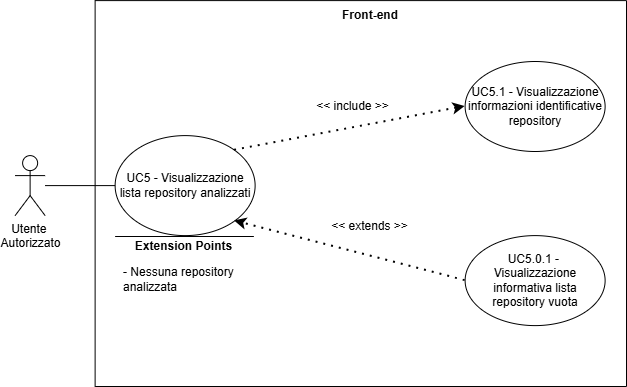
Above: assets/diagrams/UC5.png in SkarabGroup/DocumentazioneProgetto (draw.io), before the change. Source tidied: cells renumbered, new cells last; positions are measured from the earlier drawing's top-left corner, leaving out a move shared by most shapes.
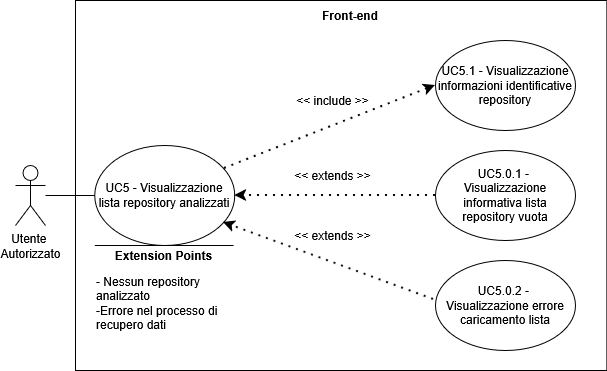
The same file after the commit.

Diff of the diagram source:
```diff
@@ -3,48 +3,57 @@
     <mxCell id="0" />
     <mxCell id="1" parent="0" />
     <mxCell id="2" style="swimlane;startSize=0;" parent="1" vertex="1">
-      <mxGeometry x="79.6" y="0.1" width="531.4" height="385.9" as="geometry" />
+      <mxGeometry x="79.6" y="0.1" width="531.4" height="370" as="geometry" />
     </mxCell>
     <mxCell id="3" value="Front-end" style="text;html=1;whiteSpace=wrap;strokeColor=none;fillColor=none;align=center;verticalAlign=middle;rounded=0;perimeterSpacing=1;fontStyle=1;" parent="2" vertex="1">
       <mxGeometry x="235" width="80" height="30" as="geometry" />
     </mxCell>
-    <mxCell id="4" value="&lt;div&gt;Utente&amp;nbsp;&lt;/div&gt;&lt;div&gt;Autorizzato&lt;/div&gt;" style="shape=umlActor;verticalLabelPosition=bottom;verticalAlign=top;html=1;outlineConnect=0;" parent="2" vertex="1">
-      <mxGeometry x="-80" y="155" width="30" height="60" as="geometry" />
-    </mxCell>
     <mxCell id="5" value="UC5 - Visualizzazione lista repository analizzati" style="ellipse;whiteSpace=wrap;html=1;" parent="2" vertex="1">
-      <mxGeometry x="20" y="135" width="140" height="100" as="geometry" />
+      <mxGeometry x="19.3" y="145" width="140" height="100" as="geometry" />
     </mxCell>
     <mxCell id="6" value="&amp;lt;&amp;lt; include &amp;gt;&amp;gt;" style="text;html=1;whiteSpace=wrap;strokeColor=none;fillColor=none;align=center;verticalAlign=middle;rounded=0;" parent="2" vertex="1">
-      <mxGeometry x="210" y="90.9" width="95" height="30" as="geometry" />
+      <mxGeometry x="210" y="85" width="95" height="30" as="geometry" />
     </mxCell>
     <mxCell id="7" value="UC5.1 - Visualizzazione informazioni identificative repository" style="ellipse;whiteSpace=wrap;html=1;" parent="2" vertex="1">
-      <mxGeometry x="370" y="60.9" width="140" height="90" as="geometry" />
+      <mxGeometry x="360" y="40" width="140" height="90" as="geometry" />
     </mxCell>
-    <mxCell id="8" style="endArrow=classic;dashed=1;html=1;dashPattern=1 3;strokeWidth=2;rounded=0;entryX=0;entryY=0.5;entryDx=0;entryDy=0;exitX=1;exitY=0;exitDx=0;exitDy=0;strokeColor=default;curved=0;endFill=1;endSize=6;" parent="2" edge="1" source="5" target="7">
+    <mxCell id="8" style="endArrow=classic;dashed=1;html=1;dashPattern=1 3;strokeWidth=2;rounded=0;entryX=0;entryY=0.5;entryDx=0;entryDy=0;exitX=0.926;exitY=0.23;exitDx=0;exitDy=0;strokeColor=default;curved=0;endFill=1;endSize=6;exitPerimeter=0;" parent="2" edge="1" source="5" target="7">
       <mxGeometry relative="1" as="geometry" />
     </mxCell>
     <mxCell id="9" value="&amp;lt;&amp;lt; extends &amp;gt;&amp;gt;" style="text;html=1;whiteSpace=wrap;strokeColor=none;fillColor=none;align=center;verticalAlign=middle;rounded=0;" parent="2" vertex="1">
-      <mxGeometry x="227.5" y="210.9" width="95" height="30" as="geometry" />
+      <mxGeometry x="210" y="160" width="95" height="30" as="geometry" />
     </mxCell>
     <mxCell id="10" value="UC5.0.1 -&amp;nbsp;&lt;div&gt;Visualizzazione informativa lista repository vuota&lt;/div&gt;" style="ellipse;whiteSpace=wrap;html=1;" parent="2" vertex="1">
-      <mxGeometry x="370" y="235" width="140" height="90" as="geometry" />
+      <mxGeometry x="360" y="150" width="140" height="90" as="geometry" />
     </mxCell>
-    <mxCell id="11" style="endArrow=classic;dashed=1;html=1;dashPattern=1 3;strokeWidth=2;rounded=0;exitX=0;exitY=0.5;exitDx=0;exitDy=0;strokeColor=default;curved=0;endFill=1;endSize=6;entryX=1;entryY=1;entryDx=0;entryDy=0;" parent="2" edge="1" source="10" target="5">
+    <mxCell id="11" style="endArrow=classic;dashed=1;html=1;dashPattern=1 3;strokeWidth=2;rounded=0;exitX=0;exitY=0.5;exitDx=0;exitDy=0;strokeColor=default;curved=0;endFill=1;endSize=6;entryX=1;entryY=0.5;entryDx=0;entryDy=0;" parent="2" edge="1" source="10" target="5">
       <mxGeometry relative="1" as="geometry" />
     </mxCell>
     <mxCell id="12" style="endArrow=none;html=1;rounded=0;" parent="2" edge="1">
       <mxGeometry relative="1" as="geometry">
-        <mxPoint x="158.8" y="235.9" as="sourcePoint" />
-        <mxPoint x="20" y="235.9" as="targetPoint" />
+        <mxPoint x="158.1" y="245" as="sourcePoint" />
+        <mxPoint x="19.3" y="245" as="targetPoint" />
       </mxGeometry>
     </mxCell>
     <mxCell id="13" value="&lt;b&gt;Extension Points&lt;/b&gt;" style="text;html=1;whiteSpace=wrap;strokeColor=none;fillColor=none;align=center;verticalAlign=middle;rounded=0;strokeWidth=5;" parent="2" vertex="1">
-      <mxGeometry x="31.9" y="230.9" width="115" height="30" as="geometry" />
+      <mxGeometry x="31.2" y="240" width="115" height="30" as="geometry" />
     </mxCell>
-    <mxCell id="14" value="&lt;div align=&quot;left&quot;&gt;- Nessuna repository analizzata&lt;/div&gt;" style="text;html=1;whiteSpace=wrap;strokeColor=none;fillColor=none;align=left;verticalAlign=middle;rounded=0;" parent="2" vertex="1">
-      <mxGeometry x="26.9" y="235.9" width="147" height="85" as="geometry" />
+    <mxCell id="14" value="&lt;div align=&quot;left&quot;&gt;- Nessun repository analizzato&lt;/div&gt;&lt;div&gt;-Errore nel processo di recupero dati&lt;/div&gt;" style="text;html=1;whiteSpace=wrap;strokeColor=none;fillColor=none;align=left;verticalAlign=middle;rounded=0;" parent="2" vertex="1">
+      <mxGeometry x="19.3" y="260" width="147" height="85" as="geometry" />
     </mxCell>
+    <mxCell id="16" value="UC5.0.2 -&amp;nbsp;&lt;div&gt;Visualizzazione errore caricamento lista&lt;/div&gt;" style="ellipse;whiteSpace=wrap;html=1;" parent="2" vertex="1">
+      <mxGeometry x="360" y="260" width="140" height="90" as="geometry" />
+    </mxCell>
+    <mxCell id="17" style="endArrow=classic;dashed=1;html=1;dashPattern=1 3;strokeWidth=2;rounded=0;exitX=-0.014;exitY=0.433;exitDx=0;exitDy=0;strokeColor=default;curved=0;endFill=1;endSize=6;entryX=0.919;entryY=0.77;entryDx=0;entryDy=0;entryPerimeter=0;exitPerimeter=0;" parent="2" edge="1" source="16" target="5">
+      <mxGeometry relative="1" as="geometry" />
+    </mxCell>
+    <mxCell id="18" value="&amp;lt;&amp;lt; extends &amp;gt;&amp;gt;" style="text;html=1;whiteSpace=wrap;strokeColor=none;fillColor=none;align=center;verticalAlign=middle;rounded=0;" parent="2" vertex="1">
+      <mxGeometry x="210" y="220" width="95" height="30" as="geometry" />
+    </mxCell>
+    <mxCell id="4" value="&lt;div&gt;Utente&amp;nbsp;&lt;/div&gt;&lt;div&gt;Autorizzato&lt;/div&gt;" style="shape=umlActor;verticalLabelPosition=bottom;verticalAlign=top;html=1;outlineConnect=0;" parent="1" vertex="1">
+      <mxGeometry x="19.6" y="165.1" width="30" height="60" as="geometry" />
+    </mxCell>
-    <mxCell id="15" style="endArrow=none;html=1;rounded=0;entryX=0;entryY=0.5;entryDx=0;entryDy=0;" parent="2" edge="1" source="4" target="5">
+    <mxCell id="15" style="endArrow=none;html=1;rounded=0;entryX=0;entryY=0.5;entryDx=0;entryDy=0;" parent="1" edge="1" source="4" target="5">
       <mxGeometry relative="1" as="geometry" />
     </mxCell>
   </root>
```
